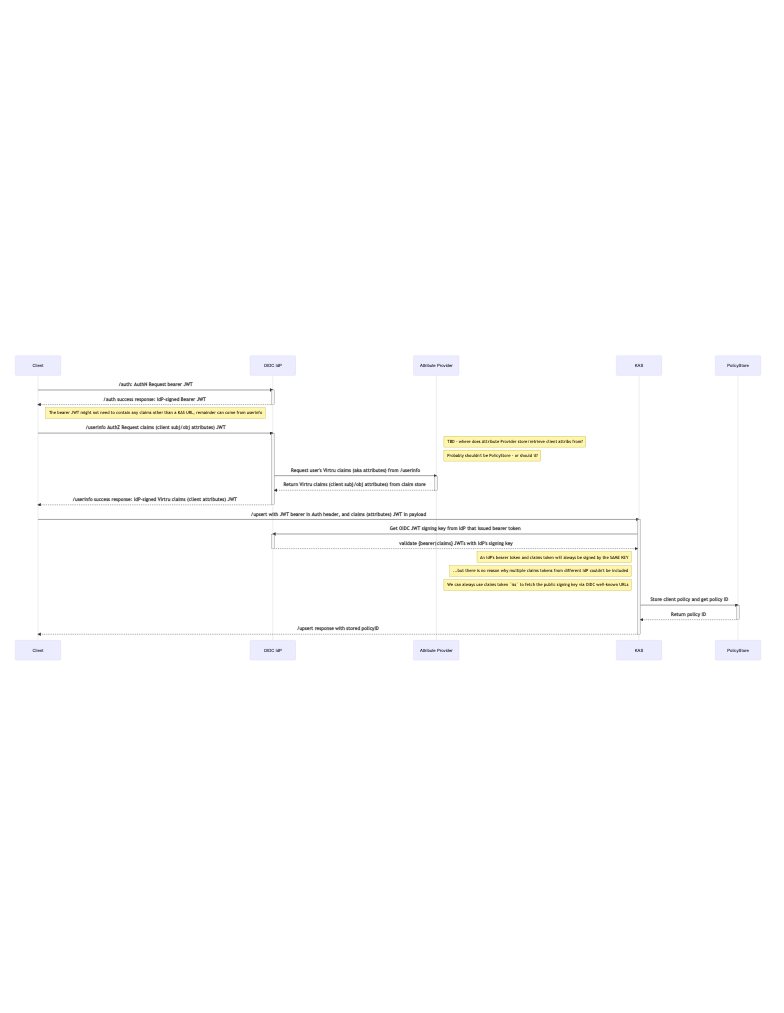
opentdf/spec keeps this Mermaid diagram as diagrams/oidc-online-upsert.png. Above is the earlier version. Its source is kept beside it as diagrams/oidc-online-upsert.mmd.
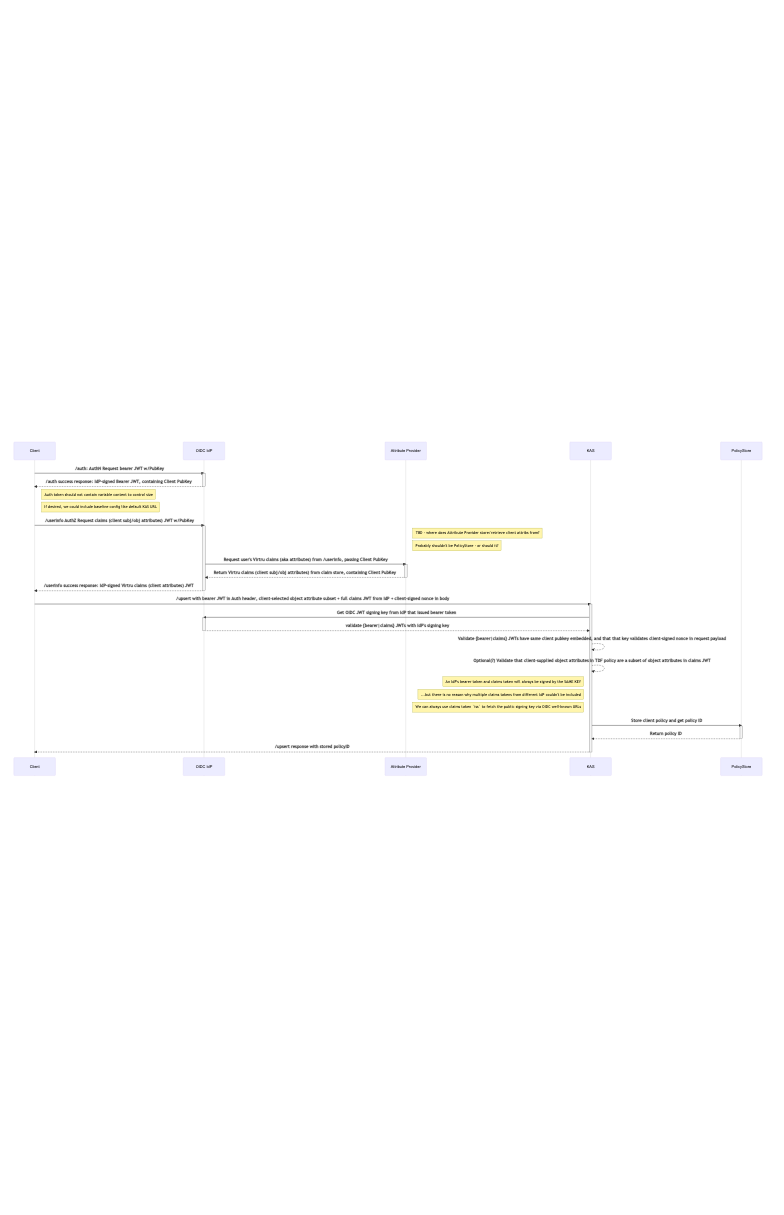
Later version of the same file.

What changed in the source:
```diff
@@ -8,21 +8,25 @@
 
 
 
-        Client->>+IdP: /auth: AuthN Request bearer JWT
-        IdP-->>-Client: /auth success response: IdP-signed Bearer JWT
-        Note right of Client: The bearer JWT might not need to contain any claims other than a KAS URL, remainder can come from userinfo
+        Client->>+IdP: /auth: AuthN Request bearer JWT w/PubKey
+        IdP-->>-Client: /auth success response: IdP-signed Bearer JWT, containing Client PubKey
+        Note right of Client: Auth token should not contain variable content to control size
+        Note right of Client: If desired, we could include baseline config like default KAS URL
 
-        Client->>+IdP: /userinfo AuthZ Request claims (client subj/obj attributes) JWT
+
+        Client->>+IdP: /userinfo AuthZ Request claims (client subj/obj attributes) JWT w/PubKey
         Note right of Attribute Provider: TBD - where does Attribute Provider store/retrieve client attribs from?
         Note right of Attribute Provider: Probably shouldn't be PolicyStore - or should it?
-        IdP->>+Attribute Provider: Request user's Virtru claims (aka attributes) from /userinfo
+        IdP->>+Attribute Provider: Request user's Virtru claims (aka attributes) from /userinfo, passing Client PubKey
 
-        Attribute Provider-->>-IdP: Return Virtru claims (client subj/obj attributes) from claim store
+        Attribute Provider-->>-IdP: Return Virtru claims (client subj/obj attributes) from claim store, containing Client PubKey
         IdP-->>-Client: /userinfo success response: IdP-signed Virtru claims (client attributes) JWT
 
-        Client->>+KAS: /upsert with JWT bearer in Auth header, and claims (attributes) JWT in payload
+        Client->>+KAS: /upsert with bearer JWT in Auth header, client-selected object attribute subset + full claims JWT from IdP + client-signed nonce in body
         KAS->>+IdP: Get OIDC JWT signing key from IdP that issued bearer token
         IdP-->>-KAS: validate {bearer|claims} JWTs with IdP's signing key
+        KAS-->>KAS: Validate {bearer|claims} JWTs have same client pubkey embedded, and that that key validates client-signed nonce in request payload
+        KAS-->>KAS: Optional(?) Validate that client-supplied object attributes in TDF policy are a subset of object attributes in claims JWT
         Note left of KAS: An IdP's bearer token and claims token will always be signed by the SAME KEY
         Note left of KAS: ...but there is no reason why multiple claims tokens from different IdP couldn't be included
         Note left of KAS: We can always use claims token `iss` to fetch the public signing key via OIDC well-known URLs
```
